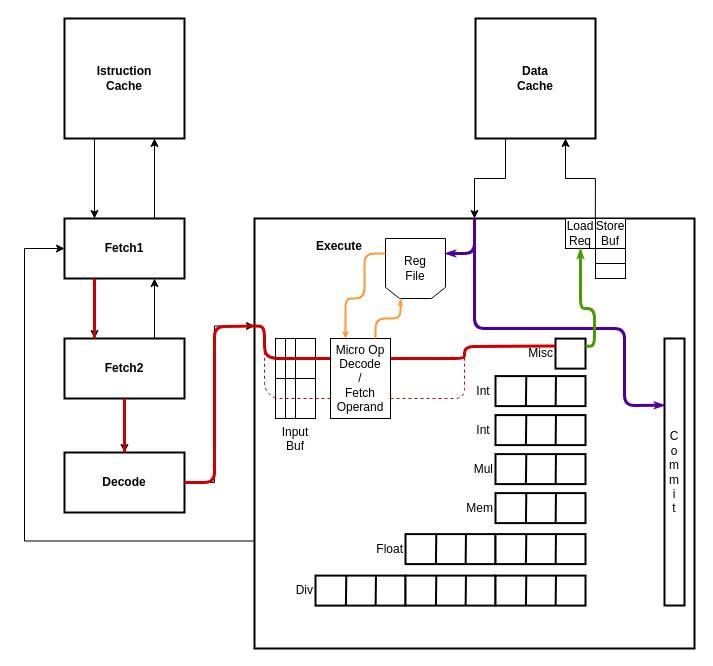
Before: Diagrammi/MinorArmLoadOp.drawio in The90Frank/MinorArmAnalyzer, a draw.io diagram. Source tidied: cells renumbered, new cells numbered last; positions are measured from the earlier drawing's top-left corner, leaving out a move shared by most shapes. Both pictures are drawn from the tidied source at 100%, with x=0, y=0 at pixel (24, 18).
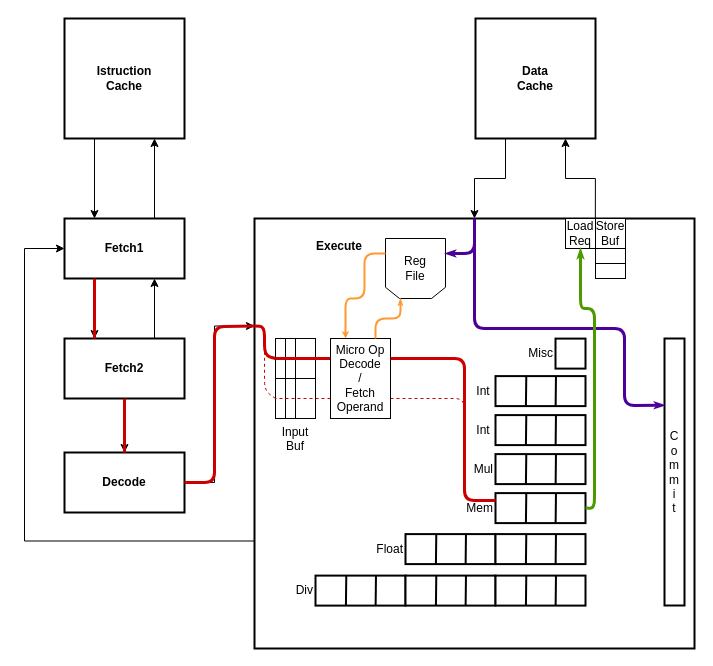
After the change.

Unchanged cells that the change refers to:
```xml
<mxCell id="38" value="Mem" style="rounded=0;whiteSpace=wrap;html=1;align=right;labelPosition=left;verticalLabelPosition=middle;verticalAlign=middle;strokeWidth=2;" parent="1" vertex="1">
  <mxGeometry x="471" y="474.6" width="90" height="30" as="geometry" />
</mxCell>
<mxCell id="41" value="Misc" style="rounded=0;whiteSpace=wrap;html=1;align=right;labelPosition=left;verticalLabelPosition=middle;verticalAlign=middle;strokeWidth=2;" parent="1" vertex="1">
  <mxGeometry x="531" y="320.1" width="30" height="30" as="geometry" />
</mxCell>
<mxCell id="45" value="Load&lt;br&gt;Req" style="rounded=0;whiteSpace=wrap;html=1;align=center;labelPosition=center;verticalLabelPosition=middle;verticalAlign=middle;" parent="1" vertex="1">
  <mxGeometry x="541" y="200" width="30" height="30" as="geometry" />
</mxCell>
<mxCell id="60" value="Micro Op&lt;br&gt;Decode&lt;br&gt;/&lt;br&gt;Fetch&lt;br&gt;Operand" style="rounded=0;whiteSpace=wrap;html=1;" parent="1" vertex="1">
  <mxGeometry x="306" y="320" width="60" height="80" as="geometry" />
</mxCell>
```

Diff of the diagram source:
```diff
@@
-    <mxCell id="63" style="endArrow=none;html=1;strokeColor=#CC0000;strokeWidth=3;entryX=1;entryY=0.25;entryDx=0;entryDy=0;exitX=0;exitY=0.25;exitDx=0;exitDy=0;endSize=6;endFill=0;startArrow=none;startFill=0;startSize=1;" parent="1" edge="1" source="41" target="60">
+    <mxCell id="63" style="endArrow=none;html=1;strokeColor=#CC0000;strokeWidth=3;entryX=1;entryY=0.25;entryDx=0;entryDy=0;exitX=0;exitY=0.25;exitDx=0;exitDy=0;endSize=6;endFill=0;startArrow=none;startFill=0;startSize=1;" parent="1" edge="1" source="38" target="60">
       <mxGeometry relative="1" as="geometry">
         <Array as="points">
-          <mxPoint x="440" y="328" />
+          <mxPoint x="440" y="482" />
           <mxPoint x="440" y="340" />
         </Array>
       </mxGeometry>
     </mxCell>
@@
-    <mxCell id="67" style="endArrow=none;dashed=1;html=1;strokeColor=#CC0000;strokeWidth=1;entryX=0;entryY=0.25;entryDx=0;entryDy=0;exitX=1;exitY=0.75;exitDx=0;exitDy=0;" parent="1" edge="1" source="60" target="41">
+    <mxCell id="67" style="endArrow=none;dashed=1;html=1;strokeColor=#CC0000;strokeWidth=1;entryX=0;entryY=0.25;entryDx=0;entryDy=0;exitX=1;exitY=0.75;exitDx=0;exitDy=0;" parent="1" edge="1" source="60" target="38">
       <mxGeometry relative="1" as="geometry">
         <Array as="points">
           <mxPoint x="440" y="380" />
-          <mxPoint x="440" y="328" />
+          <mxPoint x="440" y="482" />
         </Array>
       </mxGeometry>
     </mxCell>
@@
-    <mxCell id="71" style="endArrow=classicThin;html=1;strokeColor=#4D9900;strokeWidth=3;endSize=1;startSize=1;endFill=1;entryX=0.5;entryY=1;entryDx=0;entryDy=0;exitX=1;exitY=0.25;exitDx=0;exitDy=0;" parent="1" edge="1" source="41" target="45">
+    <mxCell id="71" style="endArrow=classicThin;html=1;strokeColor=#4D9900;strokeWidth=3;endSize=1;startSize=1;endFill=1;entryX=0.5;entryY=1;entryDx=0;entryDy=0;exitX=1;exitY=0.5;exitDx=0;exitDy=0;" parent="1" edge="1" source="38" target="45">
       <mxGeometry relative="1" as="geometry">
         <Array as="points">
-          <mxPoint x="570" y="328" />
+          <mxPoint x="570" y="490" />
           <mxPoint x="570" y="290" />
           <mxPoint x="556" y="290" />
         </Array>
       </mxGeometry>
     </mxCell>
```
